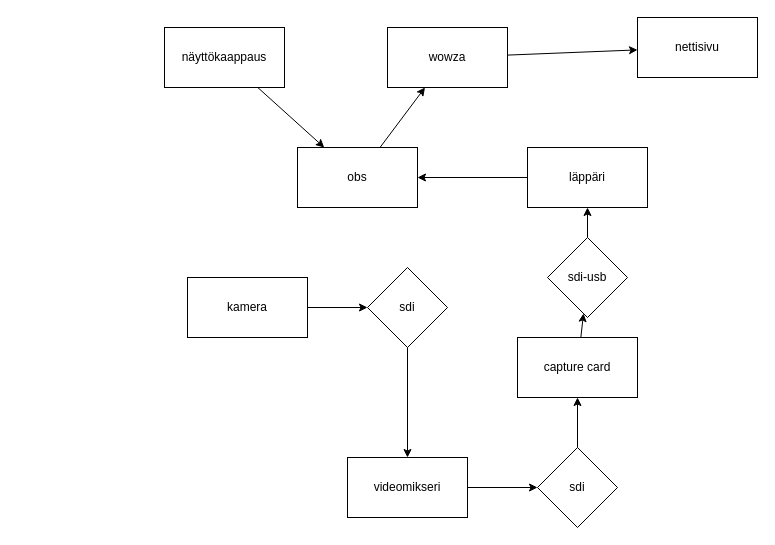
Krugou/LuxDei keeps this draw.io diagram as masterplan.drawio. Above is the earlier version. Source tidied: cells renumbered, new cells numbered last; positions are measured from the earlier drawing's top-left corner, leaving out a move shared by most shapes. Both pictures are drawn from the tidied source at 100%, with x=0, y=0 at pixel (164, 17).
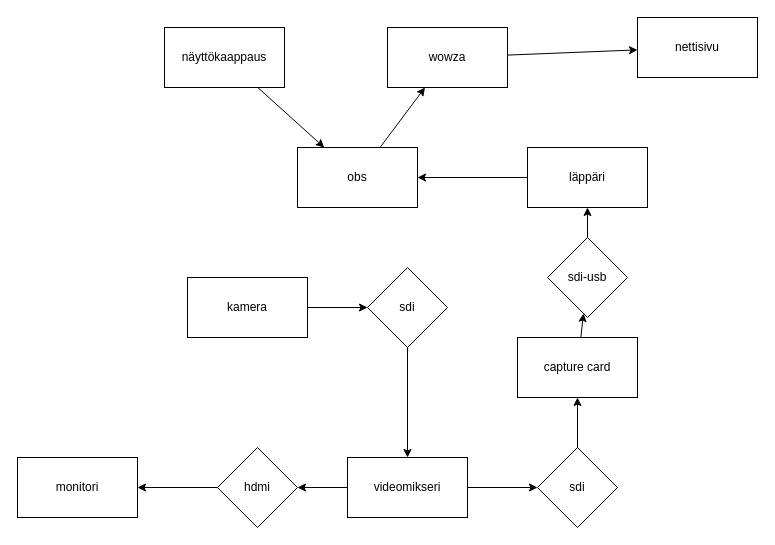
After the change.

The change refers to these unchanged cells:
```xml
<mxCell id="11" value="videomikseri" style="rounded=0;whiteSpace=wrap;html=1;" parent="1" vertex="1">
  <mxGeometry x="183" y="440" width="120" height="60" as="geometry" />
</mxCell>
```

The edit, as a diff of the source:
```diff
@@
+    <mxCell id="23" style="edgeStyle=none;html=1;" parent="1" edge="1" source="11" target="25">
+      <mxGeometry relative="1" as="geometry" />
+    </mxCell>
@@
+    <mxCell id="24" style="edgeStyle=none;html=1;" parent="1" edge="1" source="25" target="26">
+      <mxGeometry relative="1" as="geometry" />
+    </mxCell>
+    <mxCell id="25" value="hdmi" style="rhombus;whiteSpace=wrap;html=1;" parent="1" vertex="1">
+      <mxGeometry x="53" y="430" width="80" height="80" as="geometry" />
+    </mxCell>
+    <mxCell id="26" value="monitori" style="rounded=0;whiteSpace=wrap;html=1;" parent="1" vertex="1">
+      <mxGeometry x="-147" y="440" width="120" height="60" as="geometry" />
+    </mxCell>
```
